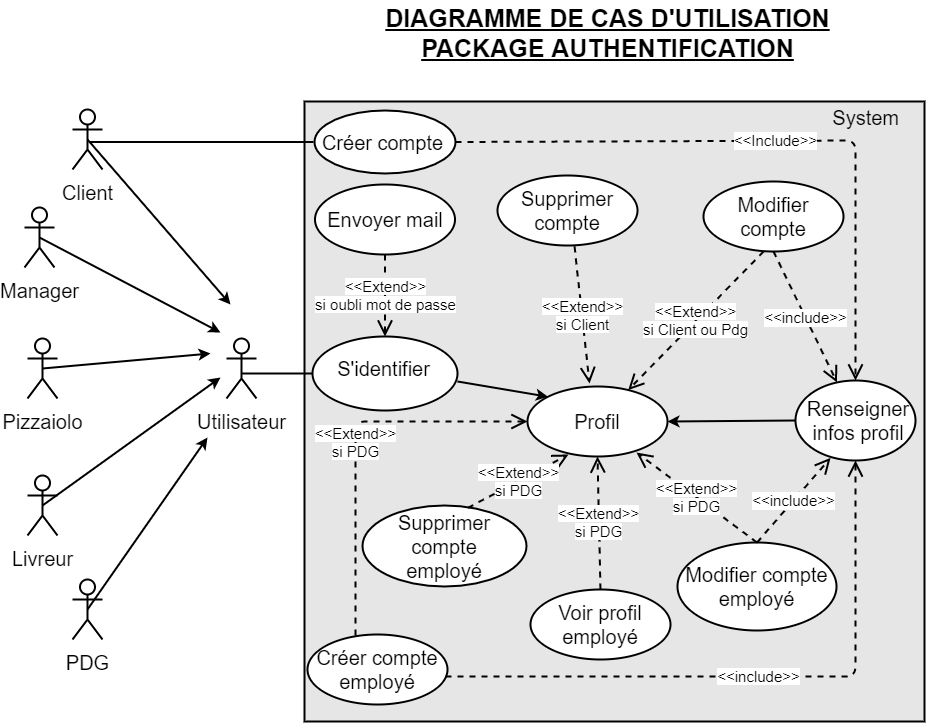
This is diagrammes/diagramme de cas d'utilisation - authentification.png from Tony380/Projet4, a draw.io export, as it was before one commit. Source tidied: cells renumbered, new cells last; positions are measured from the earlier drawing's top-left corner, leaving out a move shared by most shapes.
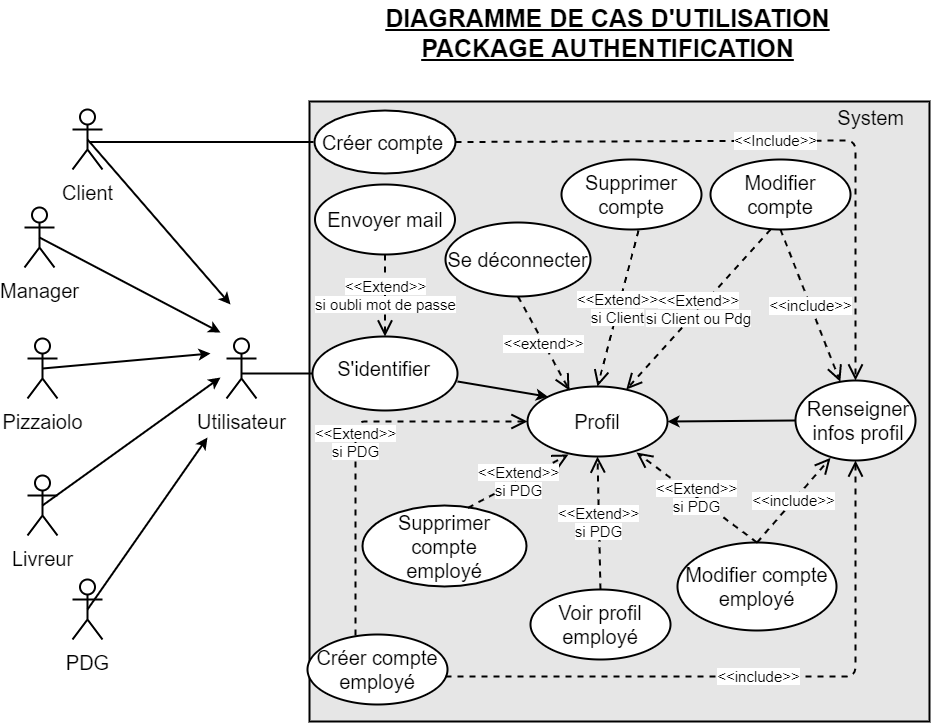
Later version of the same file.

Change to the diagram source:
```diff
@@ -3,7 +3,7 @@
     <mxCell id="0" />
     <mxCell id="1" parent="0" />
     <mxCell id="2" value="&lt;div&gt;&lt;span style=&quot;font-size: 20px;&quot;&gt;System&lt;/span&gt;&lt;/div&gt;" style="whiteSpace=wrap;html=1;align=right;spacingTop=0;spacingBottom=0;horizontal=1;verticalAlign=top;spacing=0;spacingLeft=0;spacingRight=25;labelBackgroundColor=none;fillColor=#E6E6E6;strokeColor=#000000;strokeWidth=2;" parent="1" vertex="1">
-      <mxGeometry x="280" y="101" width="620" height="620" as="geometry" />
+      <mxGeometry x="285" y="101" width="620" height="620" as="geometry" />
     </mxCell>
     <mxCell id="3" value="&lt;u&gt;&lt;b&gt;DIAGRAMME DE CAS D'UTILISATION&lt;br&gt;PACKAGE AUTHENTIFICATION&lt;br&gt;&lt;/b&gt;&lt;/u&gt;" style="text;html=1;align=center;verticalAlign=middle;fontSize=25;" parent="1" vertex="1">
       <mxGeometry x="356" width="454" height="64" as="geometry" />
@@ -96,12 +96,12 @@
       <mxGeometry relative="1" as="geometry" />
     </mxCell>
     <mxCell id="27" value="&lt;font style=&quot;font-size: 20px&quot;&gt;Supprimer compte&lt;/font&gt;" style="ellipse;whiteSpace=wrap;html=1;labelBackgroundColor=none;strokeColor=#000000;strokeWidth=2;fillColor=#ffffff;fontSize=15;fontColor=#000000;align=center;" parent="1" vertex="1">
-      <mxGeometry x="473" y="175" width="140" height="70" as="geometry" />
+      <mxGeometry x="537" y="159" width="140" height="70" as="geometry" />
     </mxCell>
     <mxCell id="28" value="&lt;font style=&quot;font-size: 20px&quot;&gt;Modifier compte&lt;/font&gt;" style="ellipse;whiteSpace=wrap;html=1;labelBackgroundColor=none;strokeColor=#000000;strokeWidth=2;fillColor=#ffffff;fontSize=15;fontColor=#000000;align=center;" parent="1" vertex="1">
-      <mxGeometry x="679" y="181" width="140" height="70" as="geometry" />
+      <mxGeometry x="686" y="159" width="140" height="70" as="geometry" />
     </mxCell>
-    <mxCell id="29" value="&lt;span style=&quot;background-color: rgb(255 , 255 , 255)&quot;&gt;&amp;lt;&amp;lt;Extend&amp;gt;&amp;gt;&lt;br&gt;si Client&lt;br&gt;&lt;/span&gt;" style="endArrow=open;endSize=12;dashed=1;html=1;labelBackgroundColor=none;strokeWidth=2;fontSize=15;fontColor=#000000;exitX=0.55;exitY=1.014;exitDx=0;exitDy=0;exitPerimeter=0;entryX=0.443;entryY=-0.043;entryDx=0;entryDy=0;entryPerimeter=0;" parent="1" edge="1" source="27" target="24">
+    <mxCell id="29" value="&lt;span style=&quot;background-color: rgb(255 , 255 , 255)&quot;&gt;&amp;lt;&amp;lt;Extend&amp;gt;&amp;gt;&lt;br&gt;si Client&lt;br&gt;&lt;/span&gt;" style="endArrow=open;endSize=12;dashed=1;html=1;labelBackgroundColor=none;strokeWidth=2;fontSize=15;fontColor=#000000;exitX=0.55;exitY=1.014;exitDx=0;exitDy=0;exitPerimeter=0;entryX=0.5;entryY=0;entryDx=0;entryDy=0;" parent="1" edge="1" source="27" target="24">
       <mxGeometry relative="1" as="geometry" />
     </mxCell>
     <mxCell id="30" value="&lt;span style=&quot;background-color: rgb(255 , 255 , 255)&quot;&gt;&amp;lt;&amp;lt;Extend&amp;gt;&amp;gt;&lt;br&gt;si Client ou Pdg&lt;/span&gt;" style="endArrow=open;endSize=12;dashed=1;html=1;labelBackgroundColor=none;strokeWidth=2;fontSize=15;fontColor=#000000;exitX=0.429;exitY=1;exitDx=0;exitDy=0;exitPerimeter=0;" parent="1" edge="1" source="28" target="24">
@@ -150,5 +150,11 @@
     <mxCell id="43" value="&lt;font style=&quot;font-size: 15px&quot;&gt;&amp;lt;&amp;lt;include&amp;gt;&amp;gt;&lt;/font&gt;" style="endArrow=open;endSize=12;dashed=1;html=1;exitX=0.5;exitY=0;exitDx=0;exitDy=0;entryX=0.292;entryY=0.967;entryDx=0;entryDy=0;strokeWidth=2;entryPerimeter=0;" parent="1" edge="1" source="33" target="19">
       <mxGeometry relative="1" as="geometry" />
     </mxCell>
+    <mxCell id="44" value="&lt;font style=&quot;font-size: 20px&quot;&gt;Se déconnecter&lt;/font&gt;" style="ellipse;whiteSpace=wrap;html=1;strokeWidth=2;" parent="1" vertex="1">
+      <mxGeometry x="421" y="222" width="145" height="74" as="geometry" />
+    </mxCell>
+    <mxCell id="45" value="&lt;font style=&quot;font-size: 15px&quot;&gt;&amp;lt;&amp;lt;extend&amp;gt;&amp;gt;&lt;/font&gt;" style="endArrow=open;endSize=12;dashed=1;html=1;exitX=0.5;exitY=1;exitDx=0;exitDy=0;entryX=0.3;entryY=0.057;entryDx=0;entryDy=0;entryPerimeter=0;strokeWidth=2;" parent="1" edge="1" source="44" target="24">
+      <mxGeometry relative="1" as="geometry" />
+    </mxCell>
   </root>
 </mxGraphModel>
```
